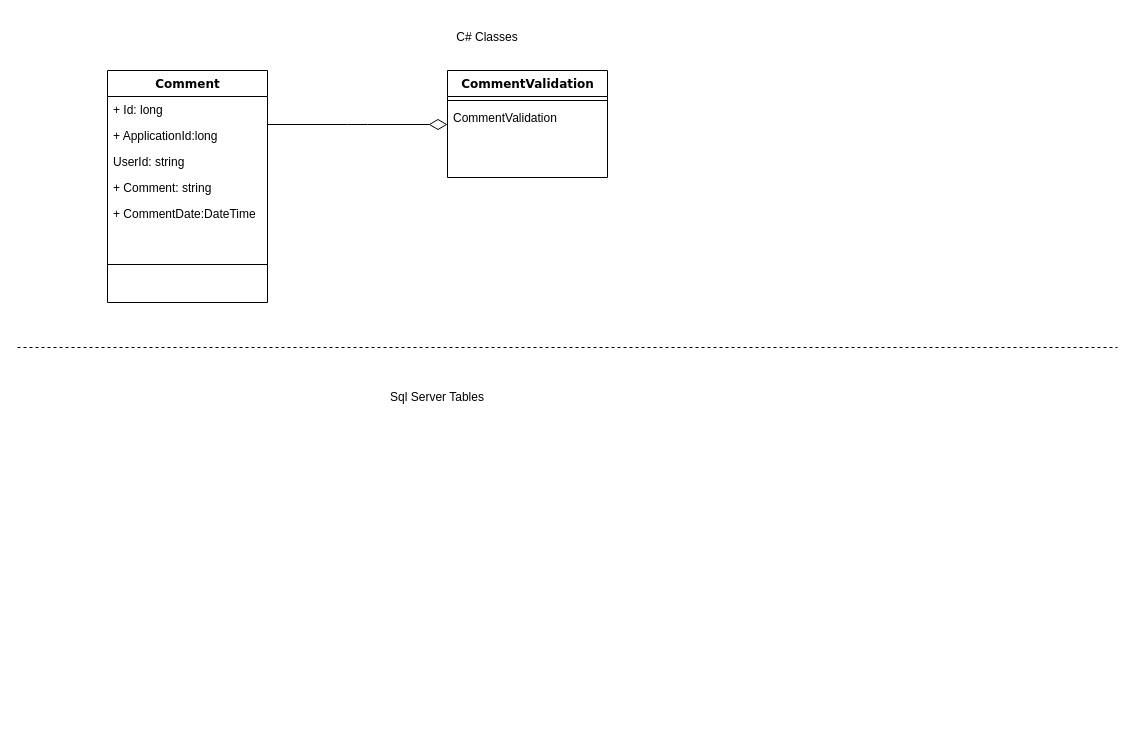
This is Untitled Diagram.drawio from mattwatts36/drawings, a draw.io file, before an edit. Source tidied: cells renumbered, new cells numbered last; positions are measured from the earlier drawing's top-left corner, leaving out a move shared by most shapes. Both pictures are drawn from the tidied source at 100%, with x=0, y=0 at pixel (17, 17).
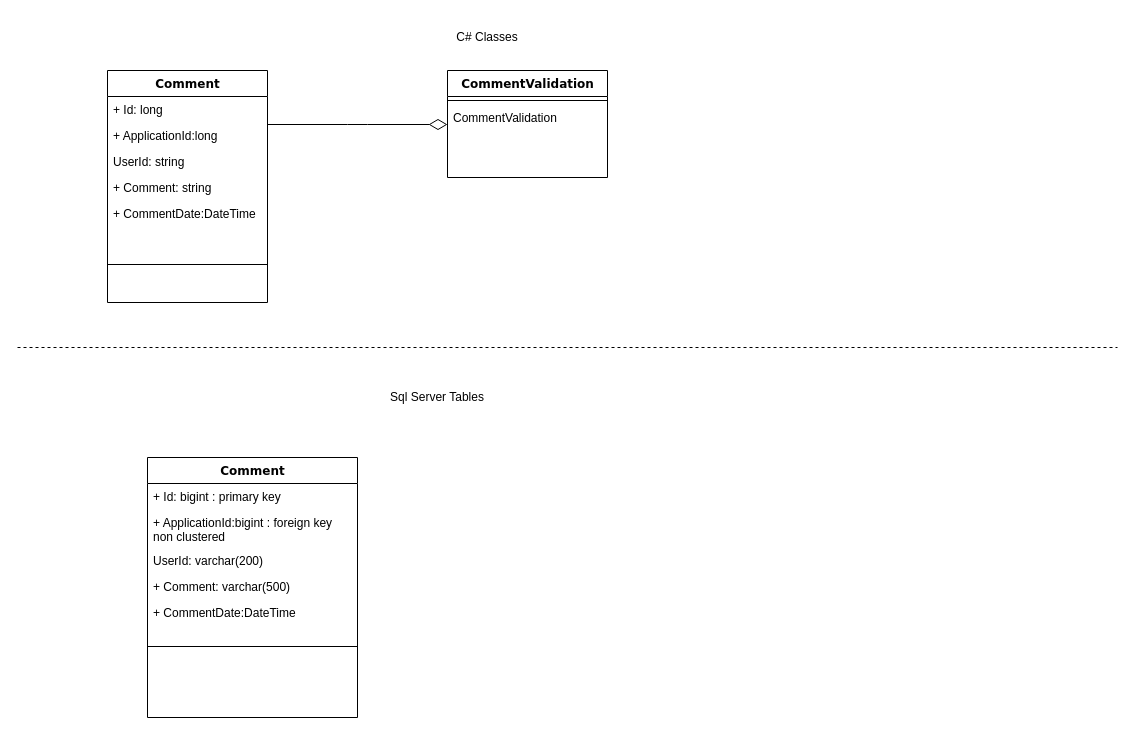
Above is the later version.

Change to the diagram source:
```diff
@@
+    <mxCell id="16" value="Comment" style="swimlane;html=1;fontStyle=1;align=center;verticalAlign=top;horizontal=1;startSize=26;swimlaneFillColor=#ffffff;rounded=0;shadow=0;comic=0;labelBackgroundColor=none;strokeWidth=1;fillColor=none;fontFamily=Verdana;fontSize=12;" parent="1" vertex="1">
+      <mxGeometry x="130" y="440" width="210" height="260" as="geometry" />
+    </mxCell>
+    <mxCell id="17" value="+ Id: bigint : primary key&amp;nbsp;" style="text;html=1;strokeColor=none;fillColor=none;align=left;verticalAlign=top;spacingLeft=4;spacingRight=4;whiteSpace=wrap;overflow=hidden;" parent="16" vertex="1">
+      <mxGeometry y="26" width="210" height="26" as="geometry" />
+    </mxCell>
+    <mxCell id="18" value="+ ApplicationId:bigint : foreign key non clustered&amp;nbsp;" style="text;html=1;strokeColor=none;fillColor=none;align=left;verticalAlign=top;spacingLeft=4;spacingRight=4;whiteSpace=wrap;overflow=hidden;" parent="16" vertex="1">
+      <mxGeometry y="52" width="210" height="38" as="geometry" />
+    </mxCell>
+    <mxCell id="19" value="UserId: varchar(200)" style="text;html=1;strokeColor=none;fillColor=none;align=left;verticalAlign=top;spacingLeft=4;spacingRight=4;whiteSpace=wrap;overflow=hidden;" parent="16" vertex="1">
+      <mxGeometry y="90" width="210" height="26" as="geometry" />
+    </mxCell>
+    <mxCell id="20" value="+ Comment: varchar(500)" style="text;html=1;strokeColor=none;fillColor=none;align=left;verticalAlign=top;spacingLeft=4;spacingRight=4;whiteSpace=wrap;overflow=hidden;" parent="16" vertex="1">
+      <mxGeometry y="116" width="210" height="26" as="geometry" />
+    </mxCell>
+    <mxCell id="21" value="+ CommentDate:DateTime&amp;nbsp;" style="text;html=1;strokeColor=none;fillColor=none;align=left;verticalAlign=top;spacingLeft=4;spacingRight=4;whiteSpace=wrap;overflow=hidden;" parent="16" vertex="1">
+      <mxGeometry y="142" width="210" height="26" as="geometry" />
+    </mxCell>
+    <mxCell id="22" style="line;html=1;strokeWidth=1;fillColor=none;align=left;verticalAlign=middle;spacingTop=-1;spacingLeft=3;spacingRight=3;labelPosition=right;" parent="16" vertex="1">
+      <mxGeometry y="168" width="210" height="42" as="geometry" />
+    </mxCell>
```
